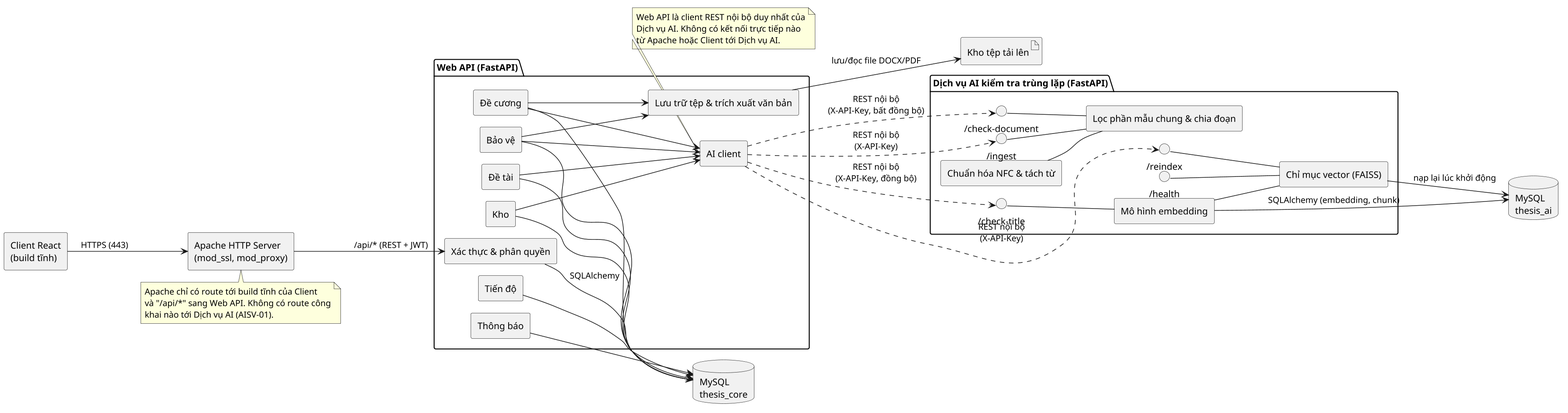
Above: docs/chuong-3-thiet-ke/kien-truc/component.png in dtc235200036-alt/ICTU-DATN-NguyenThiMaiAnh (PlantUML), before the change.
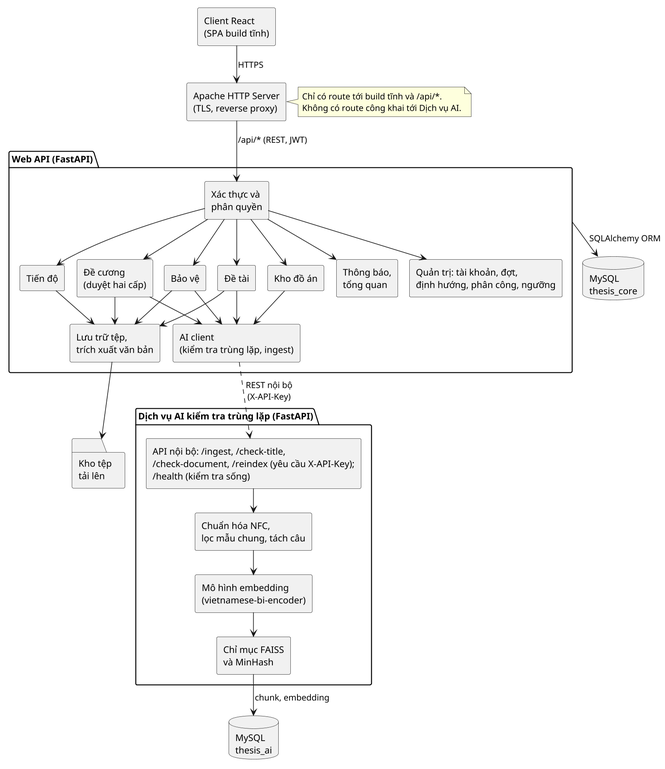
The same diagram one commit later.

Diff of the diagram source:
```diff
@@ -6,86 +6,67 @@
 skinparam classAttributeIconSize 0
 !pragma layout smetana
 skinparam componentStyle rectangle
-left to right direction
+skinparam nodesep 25
+skinparam ranksep 40
 
-component "Client React\n(build tĩnh)" as Client
+component "Client React\n(SPA build tĩnh)" as Client
+component "Apache HTTP Server\n(TLS, reverse proxy)" as Apache
 
-component "Apache HTTP Server\n(mod_ssl, mod_proxy)" as Apache
-
-package "Web API (FastAPI)" {
-  component "Xác thực & phân quyền" as WA_Auth
+package "Web API (FastAPI)" as WA {
+  component "Xác thực và\nphân quyền" as WA_Auth
+  component "Quản trị: tài khoản, đợt,\nđịnh hướng, phân công, ngưỡng" as WA_QuanTri
   component "Đề tài" as WA_DeTai
-  component "Đề cương" as WA_DeCuong
+  component "Đề cương\n(duyệt hai cấp)" as WA_DeCuong
   component "Tiến độ" as WA_TienDo
   component "Bảo vệ" as WA_BaoVe
-  component "Kho" as WA_Kho
-  component "Thông báo" as WA_ThongBao
-  component "Lưu trữ tệp & trích xuất văn bản" as WA_Storage
-  component "AI client" as WA_AIClient
+  component "Kho đồ án" as WA_Kho
+  component "Thông báo,\ntổng quan" as WA_ThongBao
+  component "Lưu trữ tệp,\ntrích xuất văn bản" as WA_Storage
+  component "AI client\n(kiểm tra trùng lặp, ingest)" as WA_AIClient
 }
 
 package "Dịch vụ AI kiểm tra trùng lặp (FastAPI)" {
-  component "Chuẩn hóa NFC & tách từ" as AI_NFC
-  component "Lọc phần mẫu chung & chia đoạn" as AI_Filter
-  component "Mô hình embedding" as AI_Embed
-  component "Chỉ mục vector (FAISS)" as AI_Index
-
-  () "/ingest" as P_ingest
-  () "/check-title" as P_checktitle
-  () "/check-document" as P_checkdoc
-  () "/reindex" as P_reindex
-  () "/health" as P_health
-
-  P_ingest -- AI_Filter
-  P_checktitle -- AI_Embed
-  P_checkdoc -- AI_Filter
-  P_reindex -- AI_Index
-  P_health -- AI_Index
-  AI_NFC -- AI_Filter
-  AI_Embed -- AI_Index
+  component "API nội bộ: /ingest, /check-title,\n/check-document, /reindex (yêu cầu X-API-Key);\n/health (kiểm tra sống)" as AI_API
+  component "Chuẩn hóa NFC,\nlọc mẫu chung, tách câu" as AI_NLP
+  component "Mô hình embedding\n(vietnamese-bi-encoder)" as AI_Embed
+  component "Chỉ mục FAISS\nvà MinHash" as AI_Index
 }
 
 database "MySQL\nthesis_core" as DB_core
 database "MySQL\nthesis_ai" as DB_ai
-artifact "Kho tệp tải lên" as FileStore
+folder "Kho tệp\ntải lên" as FileStore
 
-Client --> Apache : HTTPS (443)
-Apache --> WA_Auth : "/api/* (REST + JWT)"
-
-WA_AIClient ..> P_ingest : "REST nội bộ\n(X-API-Key)"
-WA_AIClient ..> P_checktitle : "REST nội bộ\n(X-API-Key, đồng bộ)"
-WA_AIClient ..> P_checkdoc : "REST nội bộ\n(X-API-Key, bất đồng bộ)"
-WA_AIClient ..> P_reindex : "REST nội bộ\n(X-API-Key)"
+Client --> Apache : HTTPS
+Apache --> WA_Auth : "/api/* (REST, JWT)"
+WA_Auth --> WA_QuanTri
+WA_Auth --> WA_DeTai
+WA_Auth --> WA_DeCuong
+WA_Auth --> WA_TienDo
+WA_Auth --> WA_BaoVe
+WA_Auth --> WA_Kho
+WA_Auth --> WA_ThongBao
 
 WA_DeTai --> WA_AIClient
 WA_DeCuong --> WA_AIClient
 WA_BaoVe --> WA_AIClient
 WA_Kho --> WA_AIClient
+WA_DeTai --> WA_Storage
 WA_DeCuong --> WA_Storage
+WA_TienDo --> WA_Storage
 WA_BaoVe --> WA_Storage
-WA_Storage --> FileStore : "lưu/đọc file DOCX/PDF"
+WA_Storage --> FileStore
 
-WA_Auth --> DB_core : "SQLAlchemy"
-WA_DeTai --> DB_core
-WA_DeCuong --> DB_core
-WA_TienDo --> DB_core
-WA_BaoVe --> DB_core
-WA_Kho --> DB_core
-WA_ThongBao --> DB_core
+WA_AIClient ..> AI_API : "REST nội bộ\n(X-API-Key)"
+AI_API --> AI_NLP
+AI_NLP --> AI_Embed
+AI_Embed --> AI_Index
+AI_Index --> DB_ai : "chunk, embedding"
 
-AI_Embed --> DB_ai : "SQLAlchemy (embedding, chunk)"
-AI_Index --> DB_ai : "nạp lại lúc khởi động"
+WA --> DB_core : "SQLAlchemy ORM"
 
-note bottom of Apache
-  Apache chỉ có route tới build tĩnh của Client
-  và "/api/*" sang Web API. Không có route công
-  khai nào tới Dịch vụ AI (AISV-01).
-end note
-
-note bottom of WA_AIClient
-  Web API là client REST nội bộ duy nhất của
-  Dịch vụ AI. Không có kết nối trực tiếp nào
-  từ Apache hoặc Client tới Dịch vụ AI.
+note right of Apache
+  Chỉ có route tới build tĩnh và /api/*.
+  Không có route công khai tới Dịch vụ AI.
 end note
 
 @enduml
```
